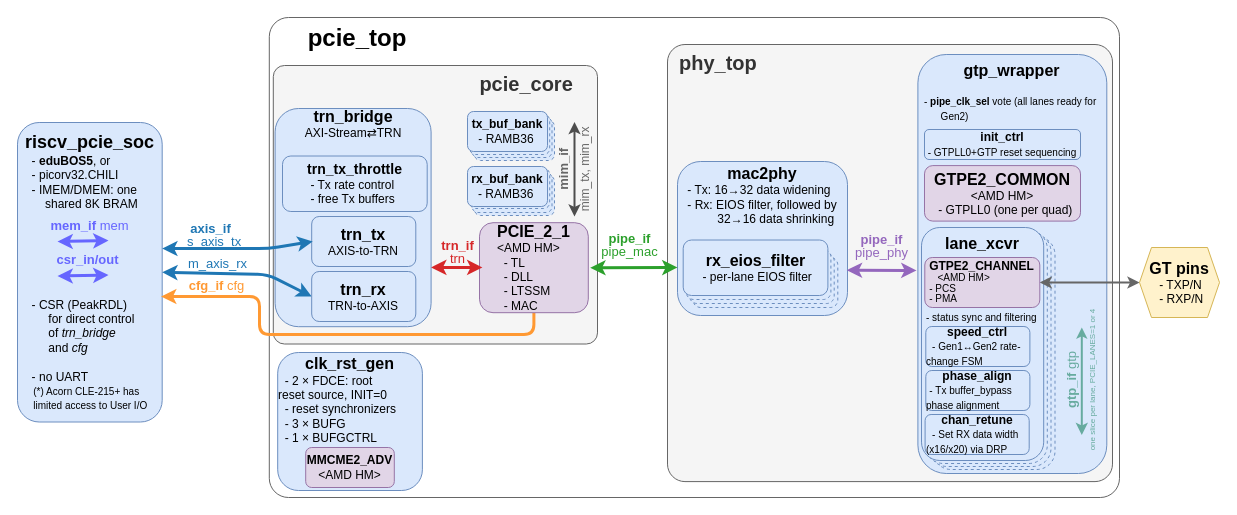
Above: 0.doc/2.rtl/block-diagram.drawio in chili-chips-ba/openPCIE (draw.io), before the change. Source tidied: cells renumbered, new cells numbered last; positions are measured from the earlier drawing's top-left corner, leaving out a move shared by most shapes. Both pictures are drawn from the tidied source at 100%, with x=0, y=0 at pixel (17, 17).
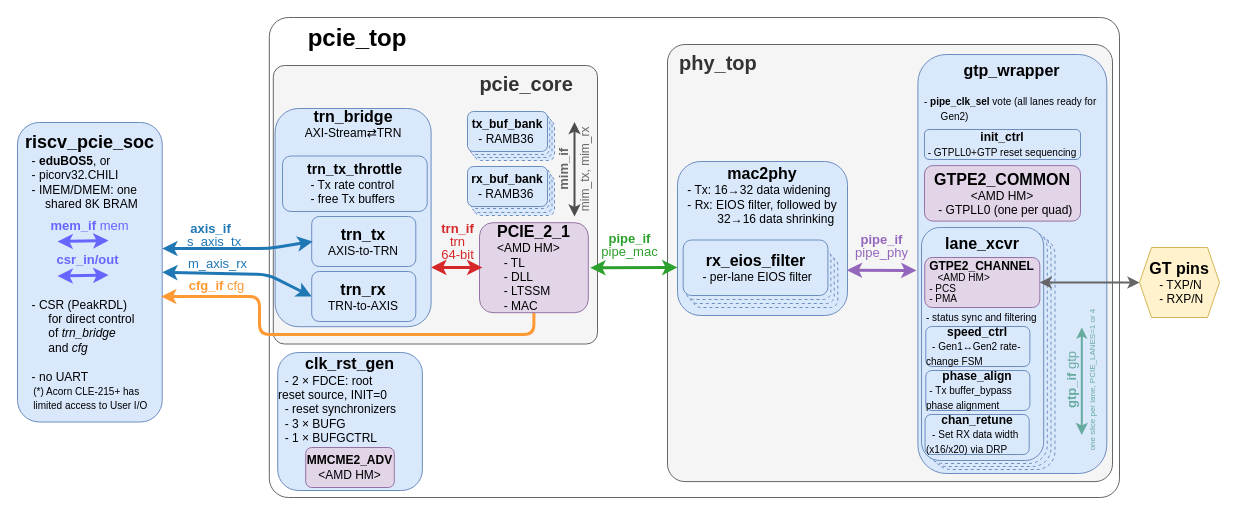
Above is the later version.

The change refers to these unchanged cells:
```xml
<mxCell id="15" value="&lt;b&gt;&lt;font style=&quot;font-size: 16px;&quot;&gt;trn_bridge&lt;/font&gt;&lt;/b&gt;&lt;br&gt;AXI-Stream⇄TRN&lt;div&gt;&lt;br&gt;&lt;div&gt;&lt;br&gt;&lt;/div&gt;&lt;div&gt;&lt;div&gt;&lt;div&gt;&lt;br&gt;&lt;/div&gt;&lt;div&gt;&lt;br&gt;&lt;/div&gt;&lt;div&gt;&lt;br&gt;&lt;div&gt;&lt;br&gt;&lt;/div&gt;&lt;div&gt;&lt;br&gt;&lt;/div&gt;&lt;div&gt;&lt;br&gt;&lt;/div&gt;&lt;div&gt;&lt;br&gt;&lt;/div&gt;&lt;div&gt;&lt;br&gt;&lt;/div&gt;&lt;div&gt;&lt;br&gt;&lt;/div&gt;&lt;div&gt;&lt;br&gt;&lt;/div&gt;&lt;div&gt;&lt;br&gt;&lt;/div&gt;&lt;/div&gt;&lt;/div&gt;&lt;/div&gt;&lt;/div&gt;" style="rounded=1;whiteSpace=wrap;html=1;fillColor=#dae8fc;strokeColor=#6c8ebf;points=[[0,0,1,0,0],[0,0.295652,0,0,0],[0,0.473913,0,0,0],[0,0.634783,0,0,0],[0,1,1,0,0],[0.25,0,1,0,0],[0.25,1,1,0,0],[0.5,0,1,0,0],[0.5,1,1,0,0],[0.75,0,1,0,0],[0.75,1,1,0,0],[1,0,1,0,0],[1,0.25,1,0,0],[1,0.5,1,0,0],[1,0.728522,0,0,0],[1,1,1,0,0]];" parent="1" vertex="1">
  <mxGeometry x="257.6" y="91" width="156" height="218.2" as="geometry" />
</mxCell>
```

The edit, as a diff of the source:
```diff
@@
-    <mxCell id="19" value="&lt;div style=&quot;line-height: 100%;&quot;&gt;trn_if&lt;div&gt;&lt;span style=&quot;font-weight: normal;&quot;&gt;trn&lt;/span&gt;&lt;/div&gt;&lt;/div&gt;" style="endArrow=classic;startArrow=classic;html=1;strokeWidth=3;strokeColor=#d62728;fontColor=#d62728;labelBackgroundColor=none;fontStyle=1;fontSize=13;exitX=1;exitY=0.728522;exitDx=0;exitDy=0;exitPerimeter=0;" parent="1" edge="1" source="15">
-      <mxGeometry x="0.03" y="16" relative="1" as="geometry">
+    <mxCell id="19" value="&lt;div style=&quot;line-height: 100%;&quot;&gt;trn_if&lt;div&gt;&lt;span style=&quot;font-weight: normal;&quot;&gt;trn&lt;/span&gt;&lt;/div&gt;&lt;div&gt;&lt;span style=&quot;font-weight: normal;&quot;&gt;64-bit&lt;/span&gt;&lt;/div&gt;&lt;/div&gt;" style="endArrow=classic;startArrow=classic;html=1;strokeWidth=3;strokeColor=#d62728;fontColor=#d62728;labelBackgroundColor=none;fontStyle=1;fontSize=13;exitX=1;exitY=0.728522;exitDx=0;exitDy=0;exitPerimeter=0;" parent="1" edge="1" source="15">
+      <mxGeometry x="0.03" y="26" relative="1" as="geometry">
         <mxPoint x="464.9" y="249.9" as="targetPoint" />
       </mxGeometry>
     </mxCell>
```
